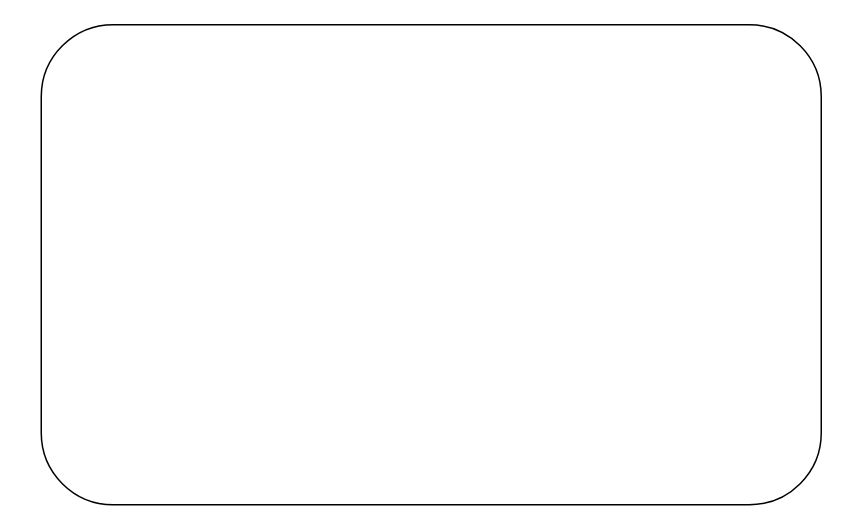
Above: Diagramme sans nom.drawio in Pipou-fhb/classeur-term (draw.io), before the change. Source tidied: cells renumbered, new cells numbered last; positions are measured from the earlier drawing's top-left corner, leaving out a move shared by most shapes. Both pictures are drawn from the tidied source at 150%, with x=0, y=0 at pixel (40, 24).
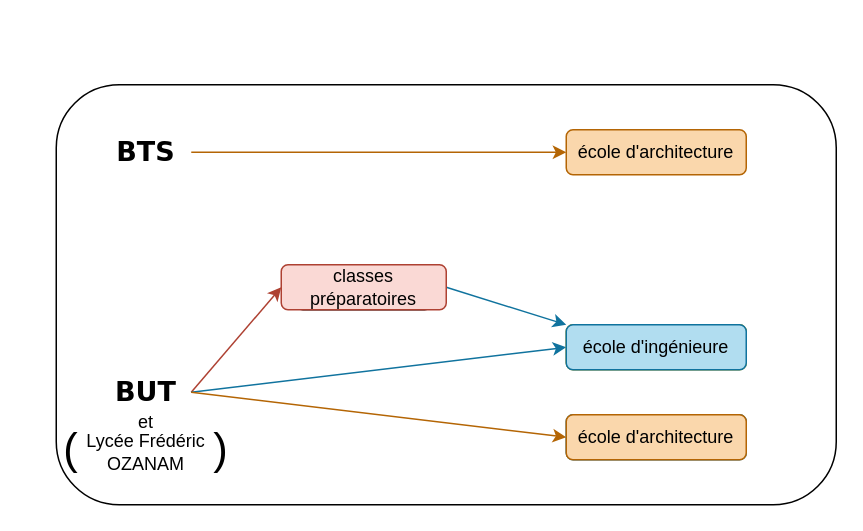
Above is the later version.

Commit message:
Mettre à jour Diagramme sans nom.drawio

The edit, as a diff of the source:
```diff
@@
+    <mxCell id="4" style="rounded=1;whiteSpace=wrap;html=1;" parent="1" vertex="1">
+      <mxGeometry x="350" y="100" width="120" height="120" as="geometry" />
+    </mxCell>
@@
     <mxCell id="3" style="rounded=1;whiteSpace=wrap;html=1;" parent="1" vertex="1">
-      <mxGeometry width="520" height="320" as="geometry" />
+      <mxGeometry x="10" y="40" width="520" height="280" as="geometry" />
     </mxCell>
+    <mxCell id="5" value="&lt;h2&gt;&lt;b&gt;&lt;font face=&quot;Verdana&quot;&gt;BTS&lt;/font&gt;&lt;/b&gt;&lt;/h2&gt;" style="text;html=1;whiteSpace=wrap;strokeColor=none;fillColor=none;align=center;verticalAlign=middle;rounded=0;" parent="1" vertex="1">
+      <mxGeometry x="40" y="70" width="60" height="30" as="geometry" />
+    </mxCell>
+    <mxCell id="6" value="&lt;h2&gt;&lt;font face=&quot;Verdana&quot;&gt;BUT&lt;/font&gt;&lt;/h2&gt;" style="text;html=1;whiteSpace=wrap;strokeColor=none;fillColor=none;align=center;verticalAlign=middle;rounded=0;" parent="1" vertex="1">
+      <mxGeometry x="40" y="230" width="60" height="30" as="geometry" />
+    </mxCell>
+    <mxCell id="7" style="endArrow=classic;html=1;rounded=0;exitX=1;exitY=0.5;exitDx=0;exitDy=0;entryX=0;entryY=0.5;entryDx=0;entryDy=0;fillColor=#fad7ac;strokeColor=#b46504;" parent="1" edge="1" source="5" target="19">
+      <mxGeometry relative="1" as="geometry" />
+    </mxCell>
+    <mxCell id="8" style="endArrow=classic;html=1;rounded=0;exitX=1;exitY=0.5;exitDx=0;exitDy=0;entryX=0;entryY=0;entryDx=0;entryDy=0;fillColor=#b1ddf0;strokeColor=#10739e;" parent="1" edge="1" source="17" target="13">
+      <mxGeometry relative="1" as="geometry" />
+    </mxCell>
+    <mxCell id="9" style="endArrow=classic;html=1;rounded=0;exitX=1;exitY=0.5;exitDx=0;exitDy=0;entryX=0;entryY=0.5;entryDx=0;entryDy=0;fillColor=#fad9d5;strokeColor=#ae4132;" parent="1" edge="1" source="6" target="17">
+      <mxGeometry relative="1" as="geometry" />
+    </mxCell>
+    <mxCell id="10" style="endArrow=classic;html=1;rounded=0;exitX=1;exitY=0.5;exitDx=0;exitDy=0;entryX=0;entryY=0.5;entryDx=0;entryDy=0;fillColor=#b1ddf0;strokeColor=#10739e;" parent="1" edge="1" source="6" target="13">
+      <mxGeometry relative="1" as="geometry" />
+    </mxCell>
+    <mxCell id="11" style="endArrow=classic;html=1;rounded=0;exitX=1;exitY=0.5;exitDx=0;exitDy=0;entryX=0;entryY=0.5;entryDx=0;entryDy=0;fillColor=#fad7ac;strokeColor=#b46504;" parent="1" edge="1" source="6" target="15">
+      <mxGeometry relative="1" as="geometry" />
+    </mxCell>
+    <mxCell id="12" style="rounded=1;whiteSpace=wrap;html=1;fillColor=light-dark(#E3C800,#FFD966);fontColor=#000000;strokeColor=light-dark(#B09500,#858300);" parent="1" vertex="1">
+      <mxGeometry x="350" y="200" width="120" height="30" as="geometry" />
+    </mxCell>
+    <mxCell id="13" value="école d'ingénieure" style="text;html=1;whiteSpace=wrap;strokeColor=#10739e;fillColor=#b1ddf0;align=center;verticalAlign=middle;rounded=1;" parent="1" vertex="1">
+      <mxGeometry x="350" y="200" width="120" height="30" as="geometry" />
+    </mxCell>
+    <mxCell id="14" style="rounded=1;whiteSpace=wrap;html=1;fillColor=#b1ddf0;strokeColor=#10739e;" parent="1" vertex="1">
+      <mxGeometry x="350" y="260" width="120" height="30" as="geometry" />
+    </mxCell>
+    <mxCell id="15" value="école d'architecture" style="text;html=1;whiteSpace=wrap;strokeColor=#b46504;fillColor=#fad7ac;align=center;verticalAlign=middle;rounded=1;glass=0;shadow=0;" parent="1" vertex="1">
+      <mxGeometry x="350" y="260" width="120" height="30" as="geometry" />
+    </mxCell>
+    <mxCell id="16" style="rounded=1;whiteSpace=wrap;html=1;" parent="1" vertex="1">
+      <mxGeometry x="170" y="160" width="90" height="30" as="geometry" />
+    </mxCell>
+    <mxCell id="17" value="classes préparatoires" style="text;html=1;whiteSpace=wrap;strokeColor=#ae4132;fillColor=#fad9d5;align=center;verticalAlign=middle;rounded=1;" parent="1" vertex="1">
+      <mxGeometry x="160" y="160" width="110" height="30" as="geometry" />
+    </mxCell>
+    <mxCell id="18" style="rounded=1;whiteSpace=wrap;html=1;fillColor=#fad7ac;strokeColor=#b46504;" parent="1" vertex="1">
+      <mxGeometry x="350" y="70" width="120" height="30" as="geometry" />
+    </mxCell>
+    <mxCell id="19" value="école d'architecture" style="text;html=1;whiteSpace=wrap;strokeColor=none;fillColor=none;align=center;verticalAlign=middle;rounded=0;" parent="1" vertex="1">
+      <mxGeometry x="350" y="70" width="120" height="30" as="geometry" />
+    </mxCell>
+    <mxCell id="20" value="Lycée Frédéric OZANAM" style="text;html=1;whiteSpace=wrap;strokeColor=none;fillColor=none;align=center;verticalAlign=middle;rounded=0;" parent="1" vertex="1">
+      <mxGeometry x="20" y="270" width="100" height="30" as="geometry" />
+    </mxCell>
+    <mxCell id="21" value="&lt;font style=&quot;font-size: 29px;&quot;&gt;)&lt;/font&gt;" style="text;html=1;whiteSpace=wrap;strokeColor=none;fillColor=none;align=center;verticalAlign=middle;rounded=0;" parent="1" vertex="1">
+      <mxGeometry x="90" y="270" width="60" height="25" as="geometry" />
+    </mxCell>
+    <mxCell id="22" value="&lt;span style=&quot;font-size: 29px;&quot;&gt;(&lt;/span&gt;" style="text;html=1;whiteSpace=wrap;strokeColor=none;fillColor=none;align=center;verticalAlign=middle;rounded=0;" parent="1" vertex="1">
+      <mxGeometry x="-10" y="270" width="60" height="25" as="geometry" />
+    </mxCell>
+    <mxCell id="23" value="et" style="text;html=1;whiteSpace=wrap;strokeColor=none;fillColor=none;align=center;verticalAlign=middle;rounded=0;" parent="1" vertex="1">
+      <mxGeometry x="40" y="250" width="60" height="30" as="geometry" />
+    </mxCell>
```
